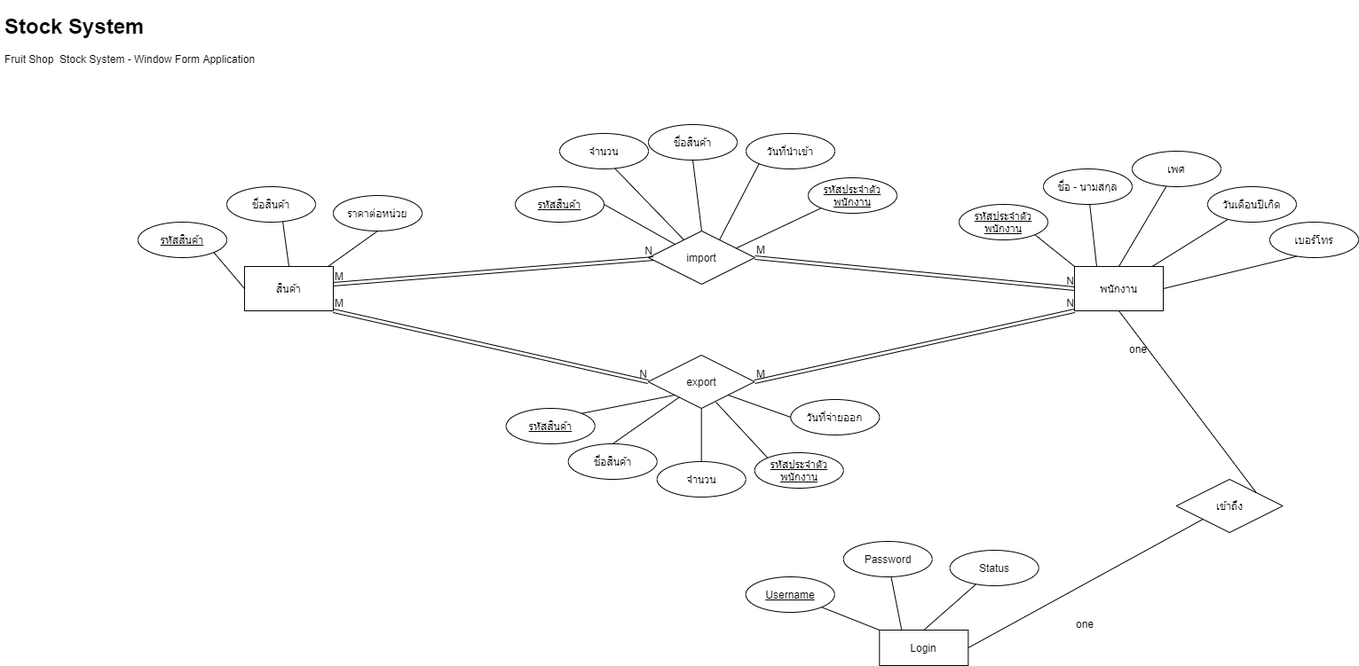
billowdev/pos-fruit-stock-window-form-app keeps this draw.io diagram as ER-Diagram-Fruit-Stock.drawio.png. Above is the earlier version. Source tidied: cells renumbered, new cells last; positions are measured from the earlier drawing's top-left corner, leaving out a move shared by most shapes.
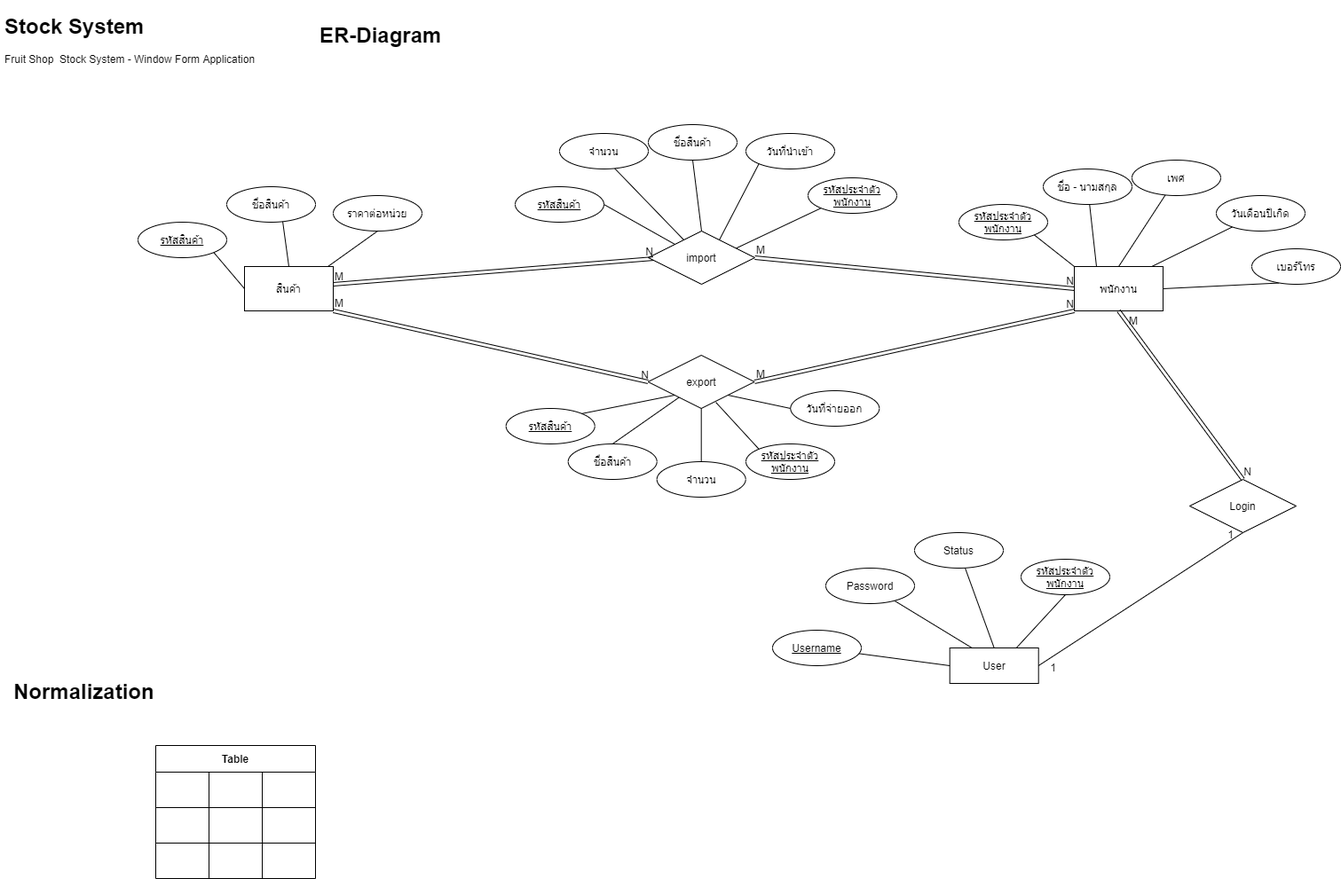
Later version of the same file.

Commit message:
Login Relation

The edit, as a diff of the source:
```diff
@@ -60,13 +60,13 @@
       <mxGeometry x="1080" y="220" width="100" height="40" as="geometry" />
     </mxCell>
     <mxCell id="20" value="เพศ" style="ellipse;whiteSpace=wrap;html=1;align=center;" parent="1" vertex="1">
-      <mxGeometry x="1275" y="160" width="100" height="40" as="geometry" />
+      <mxGeometry x="1275" y="170" width="100" height="40" as="geometry" />
     </mxCell>
     <mxCell id="21" value="วันเดือนปีเกิด" style="ellipse;whiteSpace=wrap;html=1;align=center;" parent="1" vertex="1">
-      <mxGeometry x="1360" y="200" width="100" height="40" as="geometry" />
+      <mxGeometry x="1370" y="210" width="100" height="40" as="geometry" />
     </mxCell>
     <mxCell id="22" value="เบอร์โทร" style="ellipse;whiteSpace=wrap;html=1;align=center;" parent="1" vertex="1">
-      <mxGeometry x="1430" y="240" width="100" height="40" as="geometry" />
+      <mxGeometry x="1410" y="270" width="100" height="40" as="geometry" />
     </mxCell>
     <mxCell id="23" value="ชื่อสินค้า" style="ellipse;whiteSpace=wrap;html=1;align=center;" parent="1" vertex="1">
       <mxGeometry x="730" y="130" width="100" height="40" as="geometry" />
@@ -129,39 +129,24 @@
     <mxCell id="40" style="endArrow=none;html=1;rounded=0;exitX=0.25;exitY=0;exitDx=0;exitDy=0;" parent="1" edge="1" source="46" target="43">
       <mxGeometry relative="1" as="geometry" />
     </mxCell>
-    <mxCell id="41" style="endArrow=none;html=1;rounded=0;entryX=1;entryY=1;entryDx=0;entryDy=0;exitX=0;exitY=0;exitDx=0;exitDy=0;" parent="1" edge="1" source="46" target="44">
-      <mxGeometry relative="1" as="geometry" />
-    </mxCell>
     <mxCell id="42" style="endArrow=none;html=1;rounded=0;exitX=0.5;exitY=0;exitDx=0;exitDy=0;" parent="1" edge="1" source="46" target="45">
       <mxGeometry relative="1" as="geometry" />
     </mxCell>
     <mxCell id="43" value="Password" style="ellipse;whiteSpace=wrap;html=1;align=center;" parent="1" vertex="1">
-      <mxGeometry x="949.7" y="600" width="100" height="40" as="geometry" />
+      <mxGeometry x="930" y="630" width="100" height="40" as="geometry" />
     </mxCell>
     <mxCell id="44" value="Username" style="ellipse;whiteSpace=wrap;html=1;align=center;fontStyle=4;" parent="1" vertex="1">
-      <mxGeometry x="839.7" y="640" width="100" height="40" as="geometry" />
+      <mxGeometry x="870" y="700" width="100" height="40" as="geometry" />
     </mxCell>
     <mxCell id="45" value="Status" style="ellipse;whiteSpace=wrap;html=1;align=center;" parent="1" vertex="1">
-      <mxGeometry x="1069.7" y="610" width="100" height="40" as="geometry" />
+      <mxGeometry x="1030" y="590" width="100" height="40" as="geometry" />
     </mxCell>
-    <mxCell id="46" value="Login" style="whiteSpace=wrap;html=1;align=center;" parent="1" vertex="1">
-      <mxGeometry x="990.3" y="700" width="100" height="40" as="geometry" />
+    <mxCell id="46" value="User" style="whiteSpace=wrap;html=1;align=center;" parent="1" vertex="1">
+      <mxGeometry x="1069.7" y="720" width="100" height="40" as="geometry" />
     </mxCell>
-    <mxCell id="47" value="เข้าถึง" style="shape=rhombus;perimeter=rhombusPerimeter;whiteSpace=wrap;html=1;align=center;" parent="1" vertex="1">
-      <mxGeometry x="1324.7" y="530" width="120" height="60" as="geometry" />
+    <mxCell id="47" value="Login" style="shape=rhombus;perimeter=rhombusPerimeter;whiteSpace=wrap;html=1;align=center;" parent="1" vertex="1">
+      <mxGeometry x="1340" y="530" width="120" height="60" as="geometry" />
     </mxCell>
-    <mxCell id="48" style="endArrow=none;html=1;rounded=0;entryX=0.5;entryY=1;entryDx=0;entryDy=0;exitX=1;exitY=0;exitDx=0;exitDy=0;" parent="1" edge="1" source="47" target="38">
-      <mxGeometry relative="1" as="geometry" />
-    </mxCell>
-    <mxCell id="49" style="endArrow=none;html=1;rounded=0;entryX=1;entryY=0.5;entryDx=0;entryDy=0;exitX=0;exitY=1;exitDx=0;exitDy=0;" parent="1" edge="1" source="47" target="46">
-      <mxGeometry relative="1" as="geometry" />
-    </mxCell>
-    <mxCell id="50" value="one" style="text;whiteSpace=wrap;html=1;" parent="1" vertex="1">
-      <mxGeometry x="1209.7" y="680" width="40" height="30" as="geometry" />
-    </mxCell>
-    <mxCell id="51" value="one" style="text;whiteSpace=wrap;html=1;" parent="1" vertex="1">
-      <mxGeometry x="1270" y="370" width="40" height="30" as="geometry" />
-    </mxCell>
     <mxCell id="52" value="export" style="shape=rhombus;perimeter=rhombusPerimeter;whiteSpace=wrap;html=1;align=center;" parent="1" vertex="1">
       <mxGeometry x="729.7" y="390" width="120" height="60" as="geometry" />
     </mxCell>
@@ -190,13 +175,13 @@
       <mxGeometry x="739.7" y="510" width="100" height="40" as="geometry" />
     </mxCell>
     <mxCell id="61" value="วันที่จ่ายออก" style="ellipse;whiteSpace=wrap;html=1;align=center;" parent="1" vertex="1">
-      <mxGeometry x="890.3" y="440" width="100" height="40" as="geometry" />
+      <mxGeometry x="890.3" y="430" width="100" height="40" as="geometry" />
     </mxCell>
     <mxCell id="62" value="ชื่อสินค้า" style="ellipse;whiteSpace=wrap;html=1;align=center;" parent="1" vertex="1">
       <mxGeometry x="639.7" y="490" width="100" height="40" as="geometry" />
     </mxCell>
     <mxCell id="63" value="&lt;u&gt;รหัสประจำตัวพนักงาน&lt;/u&gt;" style="ellipse;whiteSpace=wrap;html=1;align=center;fontStyle=4;" parent="1" vertex="1">
-      <mxGeometry x="849.7" y="500" width="100" height="40" as="geometry" />
+      <mxGeometry x="840" y="490" width="100" height="40" as="geometry" />
     </mxCell>
     <mxCell id="64" style="endArrow=none;html=1;rounded=0;entryX=1;entryY=0;entryDx=0;entryDy=0;exitX=0;exitY=1;exitDx=0;exitDy=0;" parent="1" edge="1" source="52" target="59">
       <mxGeometry relative="1" as="geometry" />
@@ -216,5 +201,88 @@
     <mxCell id="69" style="edgeStyle=orthogonalEdgeStyle;rounded=0;orthogonalLoop=1;jettySize=auto;html=1;exitX=0.5;exitY=1;exitDx=0;exitDy=0;" parent="1" edge="1" source="63" target="63">
       <mxGeometry relative="1" as="geometry" />
     </mxCell>
+    <mxCell id="70" value="Table" style="shape=table;startSize=30;fontStyle=1;align=center;" parent="1" vertex="1">
+      <mxGeometry x="175" y="830" width="180" height="150" as="geometry" />
+    </mxCell>
+    <mxCell id="71" style="shape=partialRectangle;html=1;whiteSpace=wrap;fillColor=none;top=0;left=0;bottom=0;right=0;" parent="70" vertex="1">
+      <mxGeometry y="30" width="180" height="40" as="geometry" />
+    </mxCell>
+    <mxCell id="72" style="shape=partialRectangle;html=1;whiteSpace=wrap;fillColor=none;top=0;left=0;bottom=0;right=0;overflow=hidden;" parent="71" vertex="1">
+      <mxGeometry width="60" height="40" as="geometry" />
+    </mxCell>
+    <mxCell id="73" style="shape=partialRectangle;html=1;whiteSpace=wrap;fillColor=none;top=0;left=0;bottom=0;right=0;overflow=hidden;" parent="71" vertex="1">
+      <mxGeometry x="60" width="60" height="40" as="geometry" />
+    </mxCell>
+    <mxCell id="74" style="shape=partialRectangle;html=1;whiteSpace=wrap;fillColor=none;top=0;left=0;bottom=0;right=0;overflow=hidden;" parent="71" vertex="1">
+      <mxGeometry x="120" width="60" height="40" as="geometry" />
+    </mxCell>
+    <mxCell id="75" style="shape=partialRectangle;html=1;whiteSpace=wrap;fillColor=none;top=0;left=0;bottom=0;right=0;" parent="70" vertex="1">
+      <mxGeometry y="70" width="180" height="40" as="geometry" />
+    </mxCell>
+    <mxCell id="76" style="shape=partialRectangle;html=1;whiteSpace=wrap;fillColor=none;top=0;left=0;bottom=0;right=0;overflow=hidden;" parent="75" vertex="1">
+      <mxGeometry width="60" height="40" as="geometry" />
+    </mxCell>
+    <mxCell id="77" style="shape=partialRectangle;html=1;whiteSpace=wrap;fillColor=none;top=0;left=0;bottom=0;right=0;overflow=hidden;" parent="75" vertex="1">
+      <mxGeometry x="60" width="60" height="40" as="geometry" />
+    </mxCell>
+    <mxCell id="78" style="shape=partialRectangle;html=1;whiteSpace=wrap;fillColor=none;top=0;left=0;bottom=0;right=0;overflow=hidden;" parent="75" vertex="1">
+      <mxGeometry x="120" width="60" height="40" as="geometry" />
+    </mxCell>
+    <mxCell id="79" style="shape=partialRectangle;html=1;whiteSpace=wrap;fillColor=none;top=0;left=0;bottom=0;right=0;" parent="70" vertex="1">
+      <mxGeometry y="110" width="180" height="40" as="geometry" />
+    </mxCell>
+    <mxCell id="80" style="shape=partialRectangle;html=1;whiteSpace=wrap;fillColor=none;top=0;left=0;bottom=0;right=0;overflow=hidden;" parent="79" vertex="1">
+      <mxGeometry width="60" height="40" as="geometry" />
+    </mxCell>
+    <mxCell id="81" style="shape=partialRectangle;html=1;whiteSpace=wrap;fillColor=none;top=0;left=0;bottom=0;right=0;overflow=hidden;" parent="79" vertex="1">
+      <mxGeometry x="60" width="60" height="40" as="geometry" />
+    </mxCell>
+    <mxCell id="82" style="shape=partialRectangle;html=1;whiteSpace=wrap;fillColor=none;top=0;left=0;bottom=0;right=0;overflow=hidden;" parent="79" vertex="1">
+      <mxGeometry x="120" width="60" height="40" as="geometry" />
+    </mxCell>
+    <mxCell id="83" value="&lt;h1&gt;ER-Diagram&lt;/h1&gt;" style="text;html=1;strokeColor=none;fillColor=none;spacing=5;spacingTop=-20;whiteSpace=wrap;overflow=hidden;rounded=0;" parent="1" vertex="1">
+      <mxGeometry x="355" y="10" width="190" height="50" as="geometry" />
+    </mxCell>
+    <mxCell id="84" value="&lt;h1&gt;Normalization&lt;/h1&gt;" style="text;html=1;strokeColor=none;fillColor=none;spacing=5;spacingTop=-20;whiteSpace=wrap;overflow=hidden;rounded=0;" parent="1" vertex="1">
+      <mxGeometry x="10" y="750" width="190" height="50" as="geometry" />
+    </mxCell>
+    <mxCell id="85" value="&lt;u&gt;รหัสประจำตัวพนักงาน&lt;/u&gt;" style="ellipse;whiteSpace=wrap;html=1;align=center;fontStyle=4;" parent="1" vertex="1">
+      <mxGeometry x="1150" y="620" width="100" height="40" as="geometry" />
+    </mxCell>
+    <mxCell id="86" style="endArrow=none;html=1;rounded=0;exitX=0.75;exitY=0;exitDx=0;exitDy=0;entryX=0.5;entryY=1;entryDx=0;entryDy=0;" parent="1" edge="1" source="46" target="85">
+      <mxGeometry relative="1" as="geometry" />
+    </mxCell>
+    <mxCell id="87" style="shape=link;html=1;rounded=0;exitX=0.5;exitY=1;exitDx=0;exitDy=0;entryX=0.5;entryY=0;entryDx=0;entryDy=0;" parent="1" edge="1" source="38" target="47">
+      <mxGeometry relative="1" as="geometry" />
+    </mxCell>
+    <mxCell id="88" value="M" style="html=1;align=left;verticalAlign=bottom;" parent="87" vertex="1">
+      <mxGeometry x="-1" relative="1" as="geometry">
+        <mxPoint x="10" y="20" as="offset" />
+      </mxGeometry>
+    </mxCell>
+    <mxCell id="89" value="N" style="html=1;align=right;verticalAlign=bottom;" parent="87" vertex="1">
+      <mxGeometry x="1" relative="1" as="geometry">
+        <mxPoint x="10" as="offset" />
+      </mxGeometry>
+    </mxCell>
+    <mxCell id="90" style="endArrow=none;html=1;rounded=0;exitX=1;exitY=0.5;exitDx=0;exitDy=0;entryX=0.5;entryY=1;entryDx=0;entryDy=0;" parent="1" edge="1" source="46" target="47">
+      <mxGeometry relative="1" as="geometry" />
+    </mxCell>
+    <mxCell id="91" value="1" style="html=1;align=right;verticalAlign=bottom;" parent="90" vertex="1">
+      <mxGeometry x="1" relative="1" as="geometry">
+        <mxPoint x="-10" y="10" as="offset" />
+      </mxGeometry>
+    </mxCell>
+    <mxCell id="92" value="1" style="html=1;align=right;verticalAlign=bottom;" parent="90" vertex="1">
+      <mxGeometry x="1" relative="1" as="geometry">
+        <mxPoint x="-210" y="160" as="offset" />
+      </mxGeometry>
+    </mxCell>
+    <mxCell id="93" style="edgeStyle=orthogonalEdgeStyle;rounded=0;orthogonalLoop=1;jettySize=auto;html=1;exitX=0.5;exitY=1;exitDx=0;exitDy=0;" parent="1" edge="1" source="44" target="44">
+      <mxGeometry relative="1" as="geometry" />
+    </mxCell>
+    <mxCell id="41" style="endArrow=none;html=1;rounded=0;exitX=0;exitY=0.5;exitDx=0;exitDy=0;" parent="1" edge="1" source="46" target="44">
+      <mxGeometry relative="1" as="geometry" />
+    </mxCell>
   </root>
 </mxGraphModel>
```
